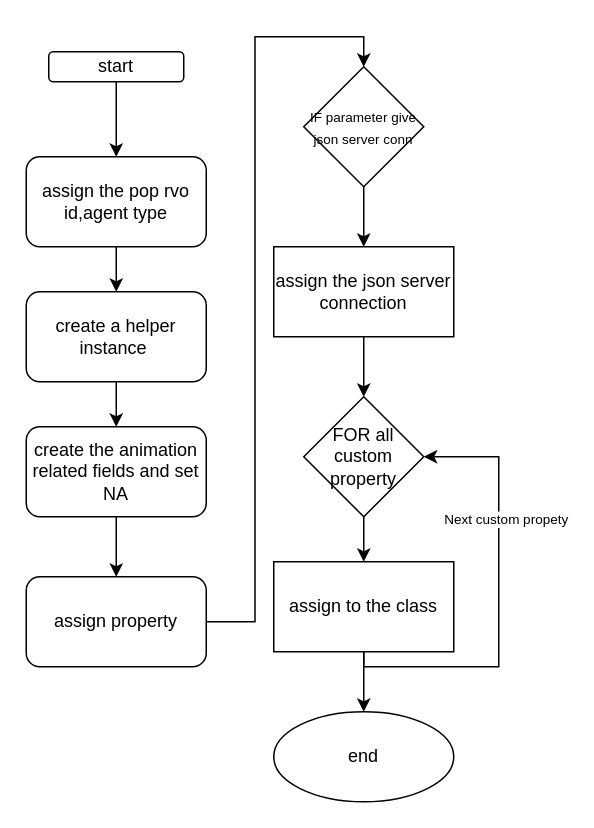
This is card/constructor.drawio from sivagit/diagrams, a draw.io file, before an edit. Source tidied: cells renumbered, new cells numbered last; positions are measured from the earlier drawing's top-left corner, leaving out a move shared by most shapes. Both pictures are drawn from the tidied source at 150%, with x=0, y=0 at pixel (26, 51).
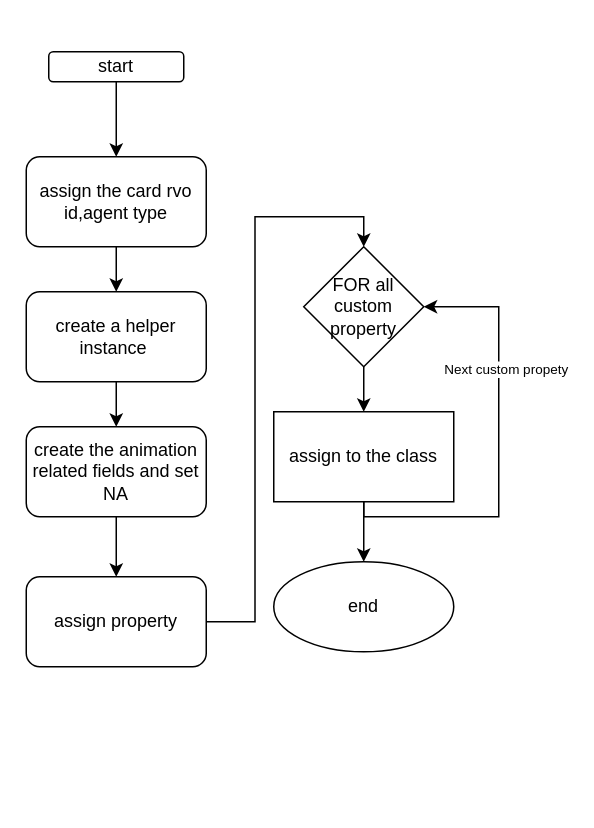
The same diagram, later.

The change refers to these unchanged cells:
```xml
<mxCell id="11" value="assign property" style="whiteSpace=wrap;html=1;rounded=1;" parent="1" vertex="1">
  <mxGeometry y="350" width="120" height="60" as="geometry" />
</mxCell>
```

Diff of the diagram source:
```diff
@@
-    <mxCell id="5" value="assign the pop rvo id,agent type" style="whiteSpace=wrap;html=1;rounded=1;" parent="1" vertex="1">
+    <mxCell id="5" value="assign the card rvo id,agent type" style="whiteSpace=wrap;html=1;rounded=1;" parent="1" vertex="1">
       <mxGeometry y="70" width="120" height="60" as="geometry" />
     </mxCell>
@@
-    <mxCell id="10" style="edgeStyle=orthogonalEdgeStyle;rounded=0;jettySize=auto;html=1;entryX=0.5;entryY=0;entryDx=0;entryDy=0;" parent="1" edge="1" source="11" target="13">
-      <mxGeometry relative="1" as="geometry" />
-    </mxCell>
+    <mxCell id="23" style="edgeStyle=orthogonalEdgeStyle;rounded=0;jettySize=auto;html=1;entryX=0.5;entryY=0;entryDx=0;entryDy=0;" parent="1" edge="1" source="11" target="17">
+      <mxGeometry relative="1" as="geometry" />
+    </mxCell>
@@
-    <mxCell id="12" style="edgeStyle=orthogonalEdgeStyle;rounded=0;jettySize=auto;html=1;fontSize=9;" parent="1" edge="1" source="13" target="15">
-      <mxGeometry relative="1" as="geometry" />
-    </mxCell>
-    <mxCell id="13" value="&lt;font style=&quot;font-size: 9px&quot;&gt;IF parameter give json server conn&lt;/font&gt;" style="rhombus;whiteSpace=wrap;html=1;" parent="1" vertex="1">
-      <mxGeometry x="185" y="10" width="80" height="80" as="geometry" />
-    </mxCell>
-    <mxCell id="14" style="edgeStyle=orthogonalEdgeStyle;rounded=0;jettySize=auto;html=1;fontSize=9;" parent="1" edge="1" source="15" target="17">
-      <mxGeometry relative="1" as="geometry" />
-    </mxCell>
-    <mxCell id="15" value="assign the json server connection" style="whiteSpace=wrap;html=1;" parent="1" vertex="1">
-      <mxGeometry x="165" y="130" width="120" height="60" as="geometry" />
-    </mxCell>
@@
     <mxCell id="17" value="FOR all custom property" style="rhombus;whiteSpace=wrap;html=1;" parent="1" vertex="1">
-      <mxGeometry x="185" y="230" width="80" height="80" as="geometry" />
+      <mxGeometry x="185" y="130" width="80" height="80" as="geometry" />
     </mxCell>
     <mxCell id="18" style="edgeStyle=orthogonalEdgeStyle;rounded=0;jettySize=auto;html=1;entryX=1;entryY=0.5;entryDx=0;entryDy=0;fontSize=9;" parent="1" edge="1" source="21" target="17">
       <mxGeometry relative="1" as="geometry">
         <Array as="points">
-          <mxPoint x="225" y="410" />
-          <mxPoint x="315" y="410" />
-          <mxPoint x="315" y="270" />
+          <mxPoint x="225" y="310" />
+          <mxPoint x="315" y="310" />
+          <mxPoint x="315" y="170" />
         </Array>
       </mxGeometry>
     </mxCell>
@@
     <mxCell id="21" value="assign to the class" style="whiteSpace=wrap;html=1;" parent="1" vertex="1">
-      <mxGeometry x="165" y="340" width="120" height="60" as="geometry" />
+      <mxGeometry x="165" y="240" width="120" height="60" as="geometry" />
     </mxCell>
     <mxCell id="22" value="end" style="ellipse;whiteSpace=wrap;html=1;" parent="1" vertex="1">
-      <mxGeometry x="165" y="440" width="120" height="60" as="geometry" />
+      <mxGeometry x="165" y="340" width="120" height="60" as="geometry" />
     </mxCell>
```
